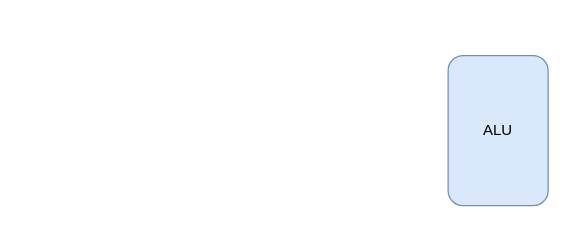
Above: riscv.drawio in youmiwei/drawio (draw.io), before the change. Source tidied: cells renumbered, new cells numbered last; positions are measured from the earlier drawing's top-left corner, leaving out a move shared by most shapes. Both pictures are drawn from the tidied source at 125%, with x=0, y=0 at pixel (448, 55).
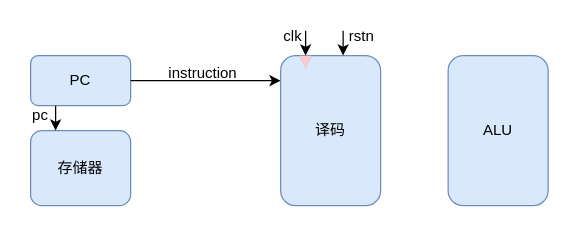
The same diagram, later.

Change to the diagram source:
```diff
@@
 <mxGraphModel>
   <root>
     <mxCell id="0" />
     <mxCell id="1" parent="0" />
     <mxCell id="2" value="ALU" style="rounded=1;whiteSpace=wrap;html=1;fillColor=#dae8fc;strokeColor=#6c8ebf;" parent="1" vertex="1">
       <mxGeometry width="80" height="120" as="geometry" />
     </mxCell>
+    <mxCell id="3" value="PC" style="rounded=1;whiteSpace=wrap;html=1;fillColor=#dae8fc;strokeColor=#6c8ebf;" parent="1" vertex="1">
+      <mxGeometry x="-334" width="80" height="40" as="geometry" />
+    </mxCell>
+    <mxCell id="4" value="存储器" style="rounded=1;whiteSpace=wrap;html=1;fillColor=#dae8fc;strokeColor=#6c8ebf;" parent="1" vertex="1">
+      <mxGeometry x="-334" y="60" width="80" height="60" as="geometry" />
+    </mxCell>
+    <mxCell id="5" style="endArrow=classic;html=1;rounded=0;exitX=0.25;exitY=1;exitDx=0;exitDy=0;entryX=0.25;entryY=0;entryDx=0;entryDy=0;" parent="1" edge="1" source="3" target="4">
+      <mxGeometry relative="1" as="geometry" />
+    </mxCell>
+    <mxCell id="6" value="pc" style="text;html=1;align=center;verticalAlign=middle;whiteSpace=wrap;rounded=0;" parent="1" vertex="1">
+      <mxGeometry x="-341" y="43" width="30" height="10" as="geometry" />
+    </mxCell>
+    <mxCell id="7" style="endArrow=classic;html=1;rounded=0;exitX=1;exitY=0.5;exitDx=0;exitDy=0;" parent="1" edge="1" source="3">
+      <mxGeometry relative="1" as="geometry">
+        <mxPoint x="-134" y="20" as="targetPoint" />
+      </mxGeometry>
+    </mxCell>
+    <mxCell id="8" value="译码" style="rounded=1;whiteSpace=wrap;html=1;fillColor=#dae8fc;strokeColor=#6c8ebf;" parent="1" vertex="1">
+      <mxGeometry x="-134" width="80" height="120" as="geometry" />
+    </mxCell>
+    <mxCell id="9" style="triangle;whiteSpace=wrap;html=1;rotation=90;fillColor=#f8cecc;strokeColor=#b85450;strokeWidth=0;" parent="1" vertex="1">
+      <mxGeometry x="-119" width="10" height="10" as="geometry" />
+    </mxCell>
+    <mxCell id="10" style="endArrow=classic;html=1;rounded=0;entryX=0;entryY=0.5;entryDx=0;entryDy=0;" parent="1" edge="1" target="9">
+      <mxGeometry relative="1" as="geometry">
+        <mxPoint x="-114" y="-20" as="sourcePoint" />
+      </mxGeometry>
+    </mxCell>
+    <mxCell id="11" value="clk" style="text;html=1;align=center;verticalAlign=middle;whiteSpace=wrap;rounded=0;" parent="1" vertex="1">
+      <mxGeometry x="-139" y="-20" width="30" height="10" as="geometry" />
+    </mxCell>
+    <mxCell id="12" style="endArrow=classic;html=1;rounded=0;entryX=0;entryY=0.5;entryDx=0;entryDy=0;" parent="1" edge="1">
+      <mxGeometry relative="1" as="geometry">
+        <mxPoint x="-84" y="-20" as="sourcePoint" />
+        <mxPoint x="-84" as="targetPoint" />
+      </mxGeometry>
+    </mxCell>
+    <mxCell id="13" value="rstn" style="text;html=1;align=center;verticalAlign=middle;whiteSpace=wrap;rounded=0;" parent="1" vertex="1">
+      <mxGeometry x="-84" y="-20" width="30" height="10" as="geometry" />
+    </mxCell>
+    <mxCell id="14" value="instruction" style="text;html=1;align=center;verticalAlign=middle;whiteSpace=wrap;rounded=0;" parent="1" vertex="1">
+      <mxGeometry x="-226" y="9" width="60" height="10" as="geometry" />
+    </mxCell>
   </root>
 </mxGraphModel>
```
